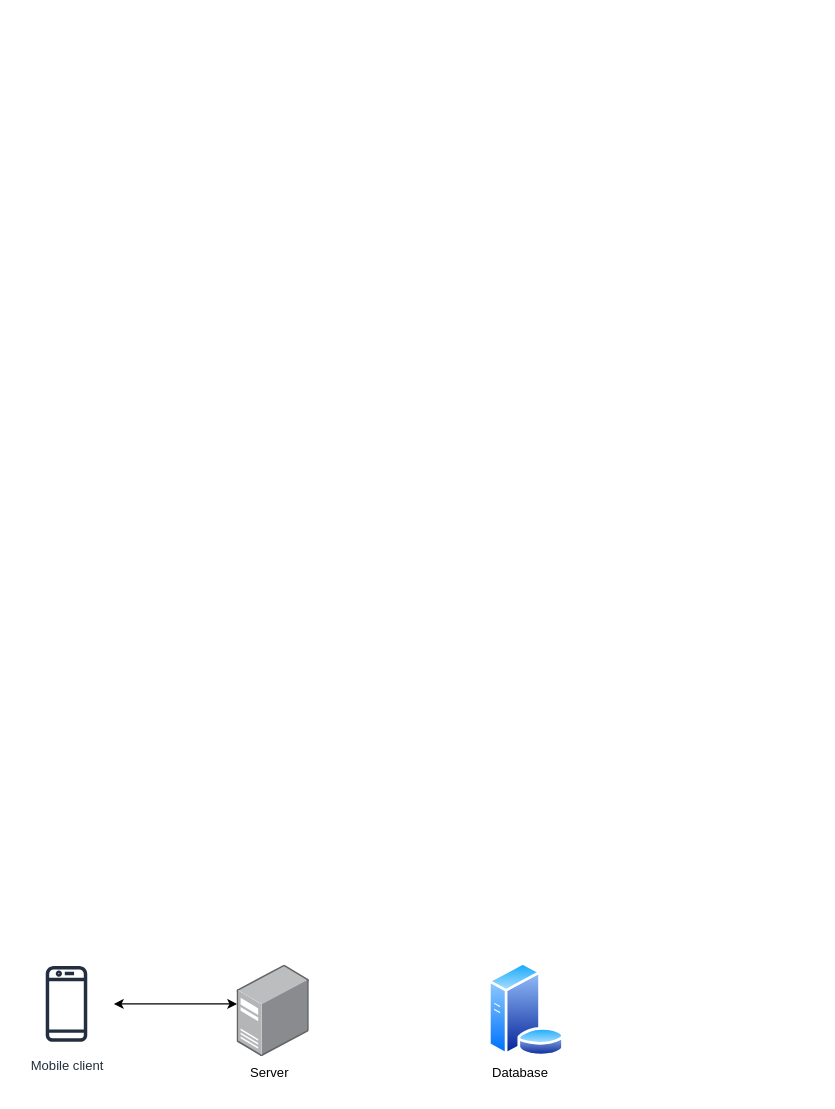
Earlier version of the draw.io diagram Smarket/Untitled Diagram.drawio (Sonos18/Market). Source tidied: cells renumbered, new cells numbered last; positions are measured from the earlier drawing's top-left corner, leaving out a move shared by most shapes. Both pictures are drawn from the tidied source at 109%, with x=0, y=0 at pixel (19, 956).
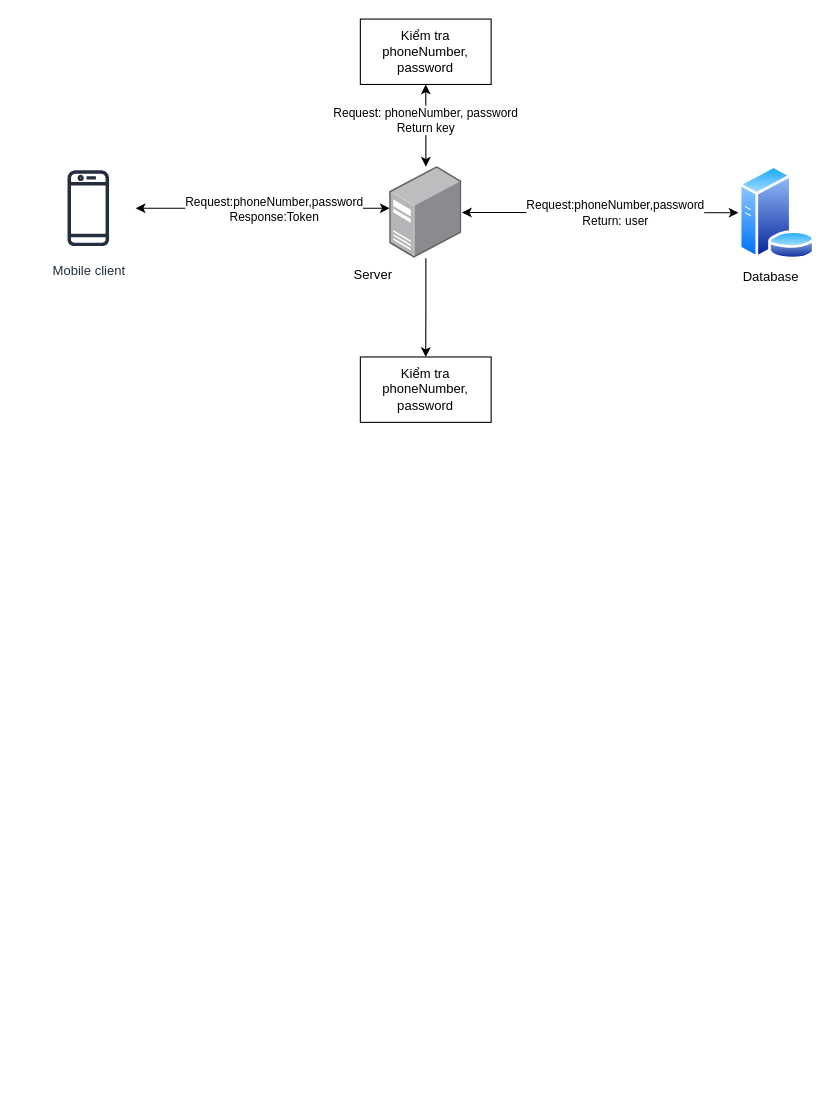
Above is the later version.

Change to the diagram source:
```diff
@@
 <mxGraphModel>
   <root>
     <mxCell id="0" />
     <mxCell id="1" parent="0" />
     <mxCell id="2" style="edgeStyle=orthogonalEdgeStyle;rounded=0;jettySize=auto;html=1;startArrow=classic;startFill=1;" parent="1" edge="1" source="3" target="5">
       <mxGeometry relative="1" as="geometry">
         <Array as="points">
-          <mxPoint x="180" y="44" />
-          <mxPoint x="180" y="44" />
+          <mxPoint x="270" y="-686" />
+          <mxPoint x="270" y="-686" />
         </Array>
       </mxGeometry>
     </mxCell>
+    <mxCell id="8" value="Request:phoneNumber,password&lt;br&gt;Response:Token" style="edgeLabel;html=1;align=center;verticalAlign=middle;" parent="2" vertex="1">
+      <mxGeometry x="0.08" relative="1" as="geometry">
+        <mxPoint y="1" as="offset" />
+      </mxGeometry>
+    </mxCell>
     <mxCell id="3" value="Mobile client" style="sketch=0;outlineConnect=0;fontColor=#232F3E;gradientColor=none;strokeColor=#232F3E;fillColor=#ffffff;dashed=0;verticalLabelPosition=bottom;verticalAlign=top;align=center;html=1;fontSize=12;fontStyle=0;shape=mxgraph.aws4.resourceIcon;resIcon=mxgraph.aws4.mobile_client;" parent="1" vertex="1">
-      <mxGeometry width="87" height="87" as="geometry" />
+      <mxGeometry x="20" y="-730" width="87" height="87" as="geometry" />
     </mxCell>
     <mxCell id="4" style="image;perimeter=ellipsePerimeter;html=1;align=center;shadow=0;dashed=0;spacingTop=3;image=img/lib/active_directory/database_server.svg;" parent="1" vertex="1">
-      <mxGeometry x="430" y="5.4" width="71" height="86.6" as="geometry" />
+      <mxGeometry x="660" y="-725.6" width="71" height="86.6" as="geometry" />
     </mxCell>
+    <mxCell id="9" style="edgeStyle=orthogonalEdgeStyle;rounded=0;jettySize=auto;html=1;entryX=0;entryY=0.5;entryDx=0;entryDy=0;startArrow=classic;startFill=1;" parent="1" edge="1" source="5" target="4">
+      <mxGeometry relative="1" as="geometry" />
+    </mxCell>
+    <mxCell id="10" value="Request:phoneNumber,password&lt;br&gt;Return: user" style="edgeLabel;html=1;align=center;verticalAlign=middle;" parent="9" vertex="1">
+      <mxGeometry x="0.1" relative="1" as="geometry" />
+    </mxCell>
+    <mxCell id="11" style="edgeStyle=orthogonalEdgeStyle;rounded=0;jettySize=auto;html=1;startArrow=classic;startFill=1;" parent="1" edge="1" source="5" target="14">
+      <mxGeometry relative="1" as="geometry" />
+    </mxCell>
+    <mxCell id="12" value="Request: phoneNumber, password&lt;br&gt;Return key" style="edgeLabel;html=1;align=center;verticalAlign=middle;" parent="11" vertex="1">
+      <mxGeometry x="0.13" y="1" relative="1" as="geometry" />
+    </mxCell>
+    <mxCell id="13" style="edgeStyle=orthogonalEdgeStyle;rounded=0;jettySize=auto;html=1;entryX=0.5;entryY=0;entryDx=0;entryDy=0;" parent="1" edge="1" source="5" target="15">
+      <mxGeometry relative="1" as="geometry" />
+    </mxCell>
     <mxCell id="5" style="image;points=[];html=1;align=center;shadow=0;dashed=0;image=img/lib/allied_telesis/computer_and_terminals/Server_Desktop.svg;" parent="1" vertex="1">
-      <mxGeometry x="200" y="8" width="66.3" height="84" as="geometry" />
+      <mxGeometry x="340" y="-724.6" width="66.3" height="84" as="geometry" />
     </mxCell>
     <mxCell id="6" value="Server&lt;br&gt;" style="text;html=1;strokeColor=none;fillColor=none;align=center;verticalAlign=middle;whiteSpace=wrap;rounded=0;" parent="1" vertex="1">
-      <mxGeometry x="200" y="92" width="60" height="30" as="geometry" />
+      <mxGeometry x="295" y="-640.5" width="60" height="30" as="geometry" />
     </mxCell>
     <mxCell id="7" value="Database&lt;br&gt;" style="text;html=1;strokeColor=none;fillColor=none;align=center;verticalAlign=middle;whiteSpace=wrap;rounded=0;" parent="1" vertex="1">
-      <mxGeometry x="430" y="92" width="60" height="30" as="geometry" />
+      <mxGeometry x="660" y="-638" width="60" height="30" as="geometry" />
     </mxCell>
+    <mxCell id="14" value="Kiểm tra phoneNumber, password" style="rounded=0;whiteSpace=wrap;html=1;" parent="1" vertex="1">
+      <mxGeometry x="313.1" y="-860" width="120" height="60" as="geometry" />
+    </mxCell>
+    <mxCell id="15" value="Kiểm tra phoneNumber, password" style="rounded=0;whiteSpace=wrap;html=1;" parent="1" vertex="1">
+      <mxGeometry x="313.1" y="-550" width="120" height="60" as="geometry" />
+    </mxCell>
   </root>
 </mxGraphModel>
```
